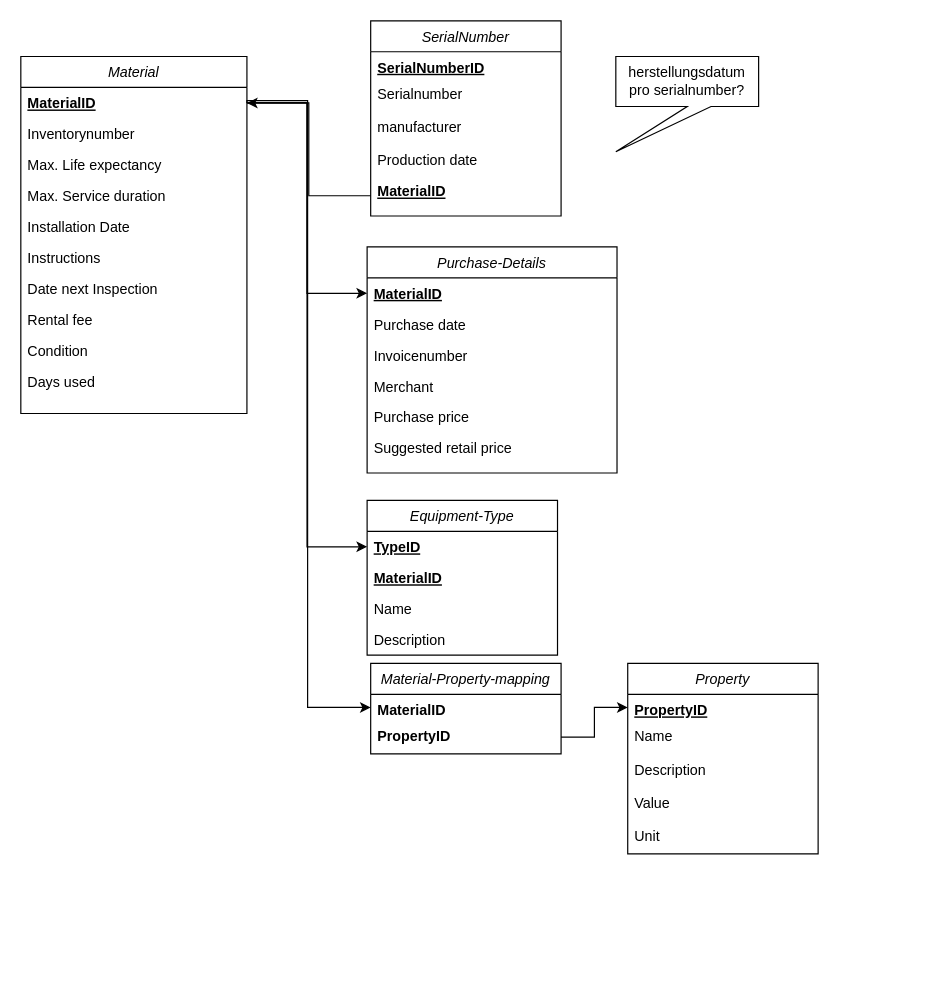
Before: page "Material Modul" (2 of 6) of docs/entity-relationship.drawio in jneuendorf/material-manager, a draw.io diagram. Source tidied: cells renumbered, new cells numbered last; positions are measured from the earlier drawing's top-left corner, leaving out a move shared by most shapes. Both pictures are drawn from the tidied source at 119%, with x=0, y=0 at pixel (20, 20).
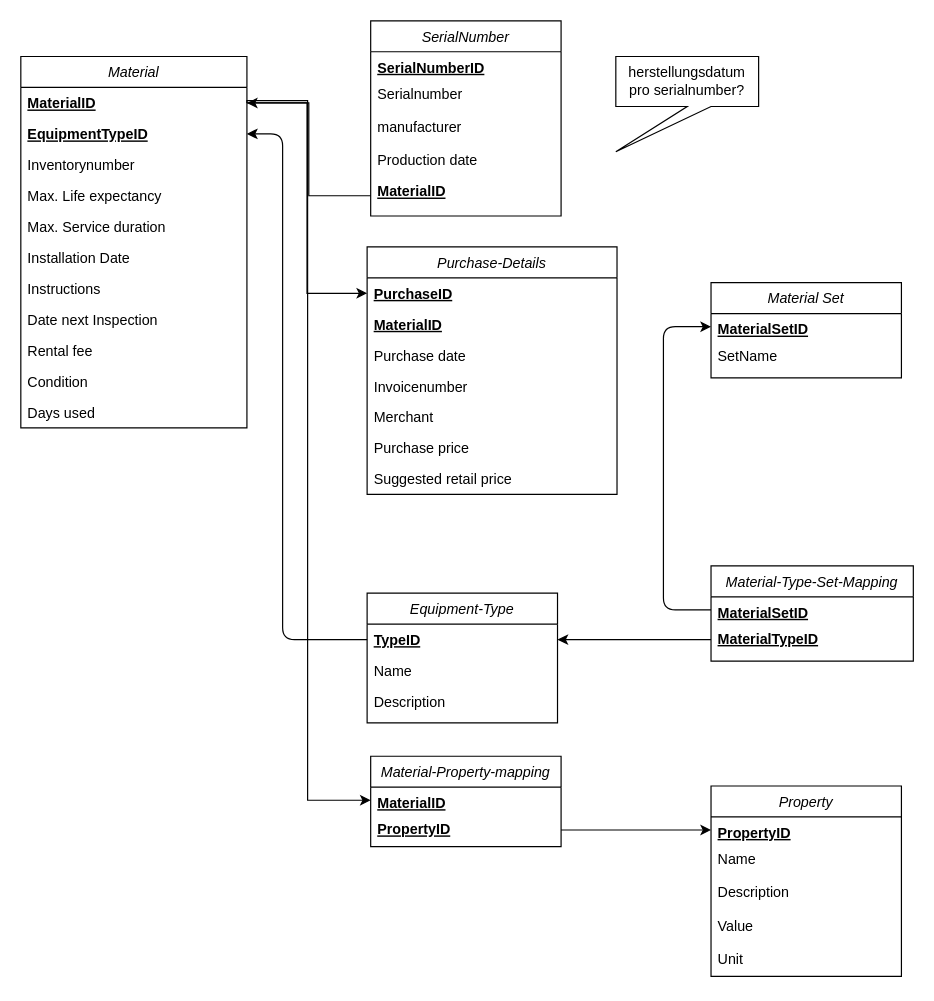
After the change.

Commit message (it also covers changes not shown here):
added Material Sets to the material module and extended the diagram, also fixed material type relationship

Unchanged cells that the change refers to:
```xml
<mxCell id="3" value="TypeID" style="text;align=left;verticalAlign=top;spacingLeft=4;spacingRight=4;overflow=hidden;points=[[0,0.5],[1,0.5]];portConstraint=eastwest;fontStyle=5;" parent="2" vertex="1">
  <mxGeometry y="26" width="160" height="26" as="geometry" />
</mxCell>
<mxCell id="8" value="MaterialID" style="text;align=left;verticalAlign=top;spacingLeft=4;spacingRight=4;overflow=hidden;points=[[0,0.5],[1,0.5]];portConstraint=eastwest;fontStyle=5;" parent="7" vertex="1">
  <mxGeometry y="26" width="190" height="26" as="geometry" />
</mxCell>
```

Diff of the diagram source:
```diff
@@
     <mxCell id="2" value="Equipment-Type" style="swimlane;fontStyle=2;align=center;verticalAlign=top;horizontal=1;startSize=26;rounded=0;shadow=0;strokeWidth=1;" parent="1" vertex="1">
-      <mxGeometry x="291" y="403" width="160" height="130" as="geometry" />
+      <mxGeometry x="291" y="481" width="160" height="109" as="geometry" />
     </mxCell>
@@
-    <mxCell id="4" value="MaterialID" style="text;align=left;verticalAlign=top;spacingLeft=4;spacingRight=4;overflow=hidden;fontStyle=5;" parent="2" vertex="1">
-      <mxGeometry y="52" width="160" height="26" as="geometry" />
-    </mxCell>
     <mxCell id="5" value="Name" style="text;align=left;verticalAlign=top;spacingLeft=4;spacingRight=4;overflow=hidden;rounded=0;shadow=0;html=0;" parent="2" vertex="1">
-      <mxGeometry y="78" width="160" height="26" as="geometry" />
+      <mxGeometry y="52" width="160" height="26" as="geometry" />
     </mxCell>
     <mxCell id="6" value="Description" style="text;align=left;verticalAlign=top;spacingLeft=4;spacingRight=4;overflow=hidden;rounded=0;shadow=0;html=0;" parent="2" vertex="1">
-      <mxGeometry y="104" width="160" height="26" as="geometry" />
+      <mxGeometry y="78" width="160" height="26" as="geometry" />
     </mxCell>
     <mxCell id="7" value="Material" style="swimlane;fontStyle=2;align=center;verticalAlign=top;horizontal=1;startSize=26;rounded=0;shadow=0;strokeWidth=1;" parent="1" vertex="1">
-      <mxGeometry y="30" width="190" height="300" as="geometry" />
+      <mxGeometry y="30" width="190" height="312" as="geometry" />
     </mxCell>
@@
+    <mxCell id="46" value="EquipmentTypeID" style="text;align=left;verticalAlign=top;spacingLeft=4;spacingRight=4;overflow=hidden;points=[[0,0.5],[1,0.5]];portConstraint=eastwest;fontStyle=5;" parent="7" vertex="1">
+      <mxGeometry y="52" width="190" height="26" as="geometry" />
+    </mxCell>
     <mxCell id="9" value="Inventorynumber" style="text;align=left;verticalAlign=top;spacingLeft=4;spacingRight=4;overflow=hidden;rounded=0;shadow=0;html=0;" parent="7" vertex="1">
-      <mxGeometry y="52" width="190" height="26" as="geometry" />
+      <mxGeometry y="78" width="190" height="26" as="geometry" />
     </mxCell>
     <mxCell id="10" value="Max. Life expectancy" style="text;align=left;verticalAlign=top;spacingLeft=4;spacingRight=4;overflow=hidden;rounded=0;shadow=0;html=0;" parent="7" vertex="1">
-      <mxGeometry y="78" width="190" height="26" as="geometry" />
+      <mxGeometry y="104" width="190" height="26" as="geometry" />
     </mxCell>
     <mxCell id="11" value="Max. Service duration" style="text;align=left;verticalAlign=top;spacingLeft=4;spacingRight=4;overflow=hidden;rounded=0;shadow=0;html=0;" parent="7" vertex="1">
-      <mxGeometry y="104" width="190" height="26" as="geometry" />
+      <mxGeometry y="130" width="190" height="26" as="geometry" />
     </mxCell>
     <mxCell id="12" value="Installation Date" style="text;align=left;verticalAlign=top;spacingLeft=4;spacingRight=4;overflow=hidden;rounded=0;shadow=0;html=0;" parent="7" vertex="1">
-      <mxGeometry y="130" width="190" height="26" as="geometry" />
+      <mxGeometry y="156" width="190" height="26" as="geometry" />
     </mxCell>
     <mxCell id="13" value="Instructions" style="text;align=left;verticalAlign=top;spacingLeft=4;spacingRight=4;overflow=hidden;rounded=0;shadow=0;html=0;" parent="7" vertex="1">
-      <mxGeometry y="156" width="190" height="26" as="geometry" />
+      <mxGeometry y="182" width="190" height="26" as="geometry" />
     </mxCell>
     <mxCell id="14" value="Date next Inspection" style="text;align=left;verticalAlign=top;spacingLeft=4;spacingRight=4;overflow=hidden;rounded=0;shadow=0;html=0;" parent="7" vertex="1">
-      <mxGeometry y="182" width="190" height="26" as="geometry" />
+      <mxGeometry y="208" width="190" height="26" as="geometry" />
     </mxCell>
     <mxCell id="15" value="Rental fee" style="text;align=left;verticalAlign=top;spacingLeft=4;spacingRight=4;overflow=hidden;rounded=0;shadow=0;html=0;" parent="7" vertex="1">
-      <mxGeometry y="208" width="190" height="26" as="geometry" />
+      <mxGeometry y="234" width="190" height="26" as="geometry" />
     </mxCell>
     <mxCell id="16" value="Condition" style="text;align=left;verticalAlign=top;spacingLeft=4;spacingRight=4;overflow=hidden;rounded=0;shadow=0;html=0;" parent="7" vertex="1">
-      <mxGeometry y="234" width="190" height="26" as="geometry" />
+      <mxGeometry y="260" width="190" height="26" as="geometry" />
     </mxCell>
     <mxCell id="17" value="Days used" style="text;align=left;verticalAlign=top;spacingLeft=4;spacingRight=4;overflow=hidden;rounded=0;shadow=0;html=0;" parent="7" vertex="1">
-      <mxGeometry y="260" width="190" height="26" as="geometry" />
+      <mxGeometry y="286" width="190" height="26" as="geometry" />
     </mxCell>
     <mxCell id="18" value="Purchase-Details" style="swimlane;fontStyle=2;align=center;verticalAlign=top;horizontal=1;startSize=26;rounded=0;shadow=0;strokeWidth=1;" parent="1" vertex="1">
-      <mxGeometry x="291" y="190" width="210" height="190" as="geometry" />
+      <mxGeometry x="291" y="190" width="210" height="208" as="geometry" />
     </mxCell>
-    <mxCell id="19" value="MaterialID" style="text;align=left;verticalAlign=top;spacingLeft=4;spacingRight=4;overflow=hidden;points=[[0,0.5],[1,0.5]];portConstraint=eastwest;fontStyle=5;" parent="18" vertex="1">
+    <mxCell id="19" value="PurchaseID" style="text;align=left;verticalAlign=top;spacingLeft=4;spacingRight=4;overflow=hidden;points=[[0,0.5],[1,0.5]];portConstraint=eastwest;fontStyle=5;" parent="18" vertex="1">
       <mxGeometry y="26" width="210" height="26" as="geometry" />
     </mxCell>
+    <mxCell id="4" value="MaterialID" style="text;align=left;verticalAlign=top;spacingLeft=4;spacingRight=4;overflow=hidden;fontStyle=5;" parent="18" vertex="1">
+      <mxGeometry y="52" width="210" height="26" as="geometry" />
+    </mxCell>
     <mxCell id="20" value="Purchase date" style="text;align=left;verticalAlign=top;spacingLeft=4;spacingRight=4;overflow=hidden;rounded=0;shadow=0;html=0;" parent="18" vertex="1">
-      <mxGeometry y="52" width="210" height="26" as="geometry" />
+      <mxGeometry y="78" width="210" height="26" as="geometry" />
     </mxCell>
     <mxCell id="21" value="Invoicenumber" style="text;align=left;verticalAlign=top;spacingLeft=4;spacingRight=4;overflow=hidden;rounded=0;shadow=0;html=0;" parent="18" vertex="1">
-      <mxGeometry y="78" width="210" height="26" as="geometry" />
+      <mxGeometry y="104" width="210" height="26" as="geometry" />
     </mxCell>
     <mxCell id="22" value="Merchant" style="text;align=left;verticalAlign=top;spacingLeft=4;spacingRight=4;overflow=hidden;rounded=0;shadow=0;html=0;" parent="18" vertex="1">
-      <mxGeometry y="104" width="210" height="26" as="geometry" />
+      <mxGeometry y="130" width="210" height="26" as="geometry" />
     </mxCell>
     <mxCell id="23" value="Purchase price" style="text;align=left;verticalAlign=top;spacingLeft=4;spacingRight=4;overflow=hidden;rounded=0;shadow=0;html=0;" parent="18" vertex="1">
-      <mxGeometry y="130" width="210" height="26" as="geometry" />
+      <mxGeometry y="156" width="210" height="26" as="geometry" />
     </mxCell>
     <mxCell id="24" value="Suggested retail price" style="text;align=left;verticalAlign=top;spacingLeft=4;spacingRight=4;overflow=hidden;rounded=0;shadow=0;html=0;" parent="18" vertex="1">
-      <mxGeometry y="156" width="210" height="26" as="geometry" />
+      <mxGeometry y="182" width="210" height="26" as="geometry" />
     </mxCell>
@@
-    <mxCell id="26" style="edgeStyle=orthogonalEdgeStyle;rounded=0;jettySize=auto;html=1;exitX=1;exitY=0.5;exitDx=0;exitDy=0;entryX=0;entryY=0.5;entryDx=0;entryDy=0;" parent="1" edge="1" source="8" target="3">
-      <mxGeometry relative="1" as="geometry" />
-    </mxCell>
     <mxCell id="27" value="Property" style="swimlane;fontStyle=2;align=center;verticalAlign=top;horizontal=1;startSize=26;rounded=0;shadow=0;strokeWidth=1;" parent="1" vertex="1">
-      <mxGeometry x="510" y="540" width="160" height="160" as="geometry" />
+      <mxGeometry x="580" y="643" width="160" height="160" as="geometry" />
     </mxCell>
@@
     <mxCell id="33" value="Material-Property-mapping" style="swimlane;fontStyle=2;align=center;verticalAlign=top;horizontal=1;startSize=26;rounded=0;shadow=0;strokeWidth=1;" parent="1" vertex="1">
-      <mxGeometry x="294" y="540" width="160" height="76" as="geometry" />
+      <mxGeometry x="294" y="618" width="160" height="76" as="geometry" />
     </mxCell>
-    <mxCell id="34" value="MaterialID" style="text;align=left;verticalAlign=top;spacingLeft=4;spacingRight=4;overflow=hidden;points=[[0,0.5],[1,0.5]];portConstraint=eastwest;fontStyle=1;" parent="33" vertex="1">
+    <mxCell id="34" value="MaterialID" style="text;align=left;verticalAlign=top;spacingLeft=4;spacingRight=4;overflow=hidden;points=[[0,0.5],[1,0.5]];portConstraint=eastwest;fontStyle=5;" parent="33" vertex="1">
       <mxGeometry y="26" width="160" height="22" as="geometry" />
     </mxCell>
-    <mxCell id="35" value="PropertyID" style="text;align=left;verticalAlign=top;spacingLeft=4;spacingRight=4;overflow=hidden;points=[[0,0.5],[1,0.5]];portConstraint=eastwest;rounded=0;shadow=0;html=0;fontStyle=1;" parent="33" vertex="1">
+    <mxCell id="35" value="PropertyID" style="text;align=left;verticalAlign=top;spacingLeft=4;spacingRight=4;overflow=hidden;points=[[0,0.5],[1,0.5]];portConstraint=eastwest;rounded=0;shadow=0;html=0;fontStyle=5;" parent="33" vertex="1">
       <mxGeometry y="48" width="160" height="28" as="geometry" />
     </mxCell>
     <mxCell id="36" style="edgeStyle=orthogonalEdgeStyle;rounded=0;jettySize=auto;html=1;entryX=0;entryY=0.5;entryDx=0;entryDy=0;exitX=1;exitY=0.5;exitDx=0;exitDy=0;" parent="1" edge="1" source="8" target="34">
       <mxGeometry relative="1" as="geometry">
         <Array as="points">
           <mxPoint x="190" y="67" />
           <mxPoint x="241" y="67" />
-          <mxPoint x="241" y="577" />
+          <mxPoint x="241" y="655" />
         </Array>
       </mxGeometry>
     </mxCell>
@@
+    <mxCell id="47" value="Material Set" style="swimlane;fontStyle=2;align=center;verticalAlign=top;horizontal=1;startSize=26;rounded=0;shadow=0;strokeWidth=1;" parent="1" vertex="1">
+      <mxGeometry x="580" y="220" width="160" height="80" as="geometry" />
+    </mxCell>
+    <mxCell id="48" value="MaterialSetID" style="text;align=left;verticalAlign=top;spacingLeft=4;spacingRight=4;overflow=hidden;points=[[0,0.5],[1,0.5]];portConstraint=eastwest;fontStyle=5;" parent="47" vertex="1">
+      <mxGeometry y="26" width="160" height="22" as="geometry" />
+    </mxCell>
+    <mxCell id="49" value="SetName" style="text;align=left;verticalAlign=top;spacingLeft=4;spacingRight=4;overflow=hidden;rounded=0;shadow=0;html=0;" parent="47" vertex="1">
+      <mxGeometry y="48" width="160" height="28" as="geometry" />
+    </mxCell>
+    <mxCell id="50" value="Material-Type-Set-Mapping" style="swimlane;fontStyle=2;align=center;verticalAlign=top;horizontal=1;startSize=26;rounded=0;shadow=0;strokeWidth=1;" parent="1" vertex="1">
+      <mxGeometry x="580" y="458" width="170" height="80" as="geometry" />
+    </mxCell>
+    <mxCell id="51" value="MaterialSetID" style="text;align=left;verticalAlign=top;spacingLeft=4;spacingRight=4;overflow=hidden;points=[[0,0.5],[1,0.5]];portConstraint=eastwest;fontStyle=5;" parent="50" vertex="1">
+      <mxGeometry y="26" width="170" height="22" as="geometry" />
+    </mxCell>
+    <mxCell id="52" value="MaterialTypeID" style="text;align=left;verticalAlign=top;spacingLeft=4;spacingRight=4;overflow=hidden;points=[[0,0.5],[1,0.5]];portConstraint=eastwest;rounded=0;shadow=0;html=0;fontStyle=5;" parent="50" vertex="1">
+      <mxGeometry y="48" width="170" height="28" as="geometry" />
+    </mxCell>
+    <mxCell id="53" style="edgeStyle=none;html=1;exitX=0;exitY=0.5;exitDx=0;exitDy=0;entryX=1;entryY=0.5;entryDx=0;entryDy=0;" parent="1" edge="1" source="52" target="3">
+      <mxGeometry relative="1" as="geometry" />
+    </mxCell>
+    <mxCell id="54" style="edgeStyle=none;html=1;exitX=0;exitY=0.5;exitDx=0;exitDy=0;entryX=0;entryY=0.5;entryDx=0;entryDy=0;" parent="1" edge="1" source="51" target="48">
+      <mxGeometry relative="1" as="geometry">
+        <Array as="points">
+          <mxPoint x="540" y="495" />
+          <mxPoint x="540" y="257" />
+        </Array>
+      </mxGeometry>
+    </mxCell>
+    <mxCell id="55" style="edgeStyle=none;html=1;exitX=0;exitY=0.5;exitDx=0;exitDy=0;entryX=1;entryY=0.5;entryDx=0;entryDy=0;" parent="1" edge="1" source="3" target="46">
+      <mxGeometry relative="1" as="geometry">
+        <Array as="points">
+          <mxPoint x="220" y="520" />
+          <mxPoint x="220" y="95" />
+        </Array>
+      </mxGeometry>
+    </mxCell>
```
